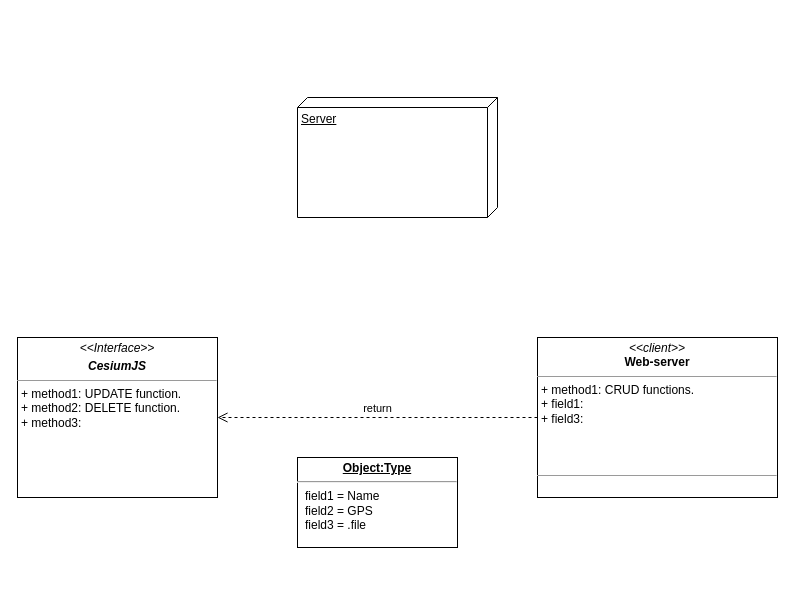
Above: Untitled Diagram.drawio in tutncrusoe/cesium-nodejs (draw.io), before the change. Source tidied: cells renumbered, new cells numbered last; positions are measured from the earlier drawing's top-left corner, leaving out a move shared by most shapes. Both pictures are drawn from the tidied source at 100%, with x=0, y=0 at pixel (17, 97).
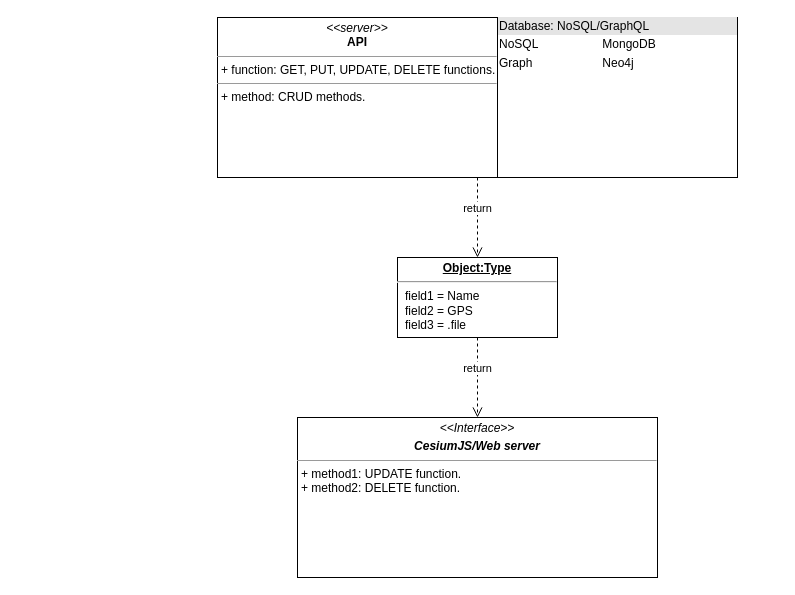
The same page after the edit.

What changed in the source:
```diff
@@
 <mxGraphModel>
   <root>
     <mxCell id="0" />
     <mxCell id="1" parent="0" />
-    <mxCell id="2" value="Server" style="verticalAlign=top;align=left;spacingTop=8;spacingLeft=2;spacingRight=12;shape=cube;size=10;direction=south;fontStyle=4;html=1;" parent="1" vertex="1">
-      <mxGeometry x="280" width="200" height="120" as="geometry" />
-    </mxCell>
-    <mxCell id="3" value="&lt;p style=&quot;margin:0px;margin-top:4px;text-align:center;&quot;&gt;&lt;i&gt;&amp;lt;&amp;lt;client&amp;gt;&amp;gt;&lt;/i&gt;&lt;br&gt;&lt;b&gt;Web-server&lt;/b&gt;&lt;/p&gt;&lt;hr size=&quot;1&quot;&gt;&lt;p style=&quot;margin:0px;margin-left:4px;&quot;&gt;+ method1: CRUD functions.&lt;br&gt;+ field1:&amp;nbsp;&lt;/p&gt;&lt;p style=&quot;margin:0px;margin-left:4px;&quot;&gt;+ field3:&lt;/p&gt;&lt;p style=&quot;margin:0px;margin-left:4px;&quot;&gt;&lt;br&gt;&lt;/p&gt;&lt;p style=&quot;margin:0px;margin-left:4px;&quot;&gt;&lt;br&gt;&lt;/p&gt;&lt;p style=&quot;margin:0px;margin-left:4px;&quot;&gt;&lt;br&gt;&lt;/p&gt;&lt;hr size=&quot;1&quot;&gt;&lt;p style=&quot;margin:0px;margin-left:4px;&quot;&gt;&lt;br&gt;&lt;/p&gt;" style="verticalAlign=top;align=left;overflow=fill;fontSize=12;fontFamily=Helvetica;html=1;" parent="1" vertex="1">
-      <mxGeometry x="520" y="240" width="240" height="160" as="geometry" />
-    </mxCell>
-    <mxCell id="4" value="return" style="html=1;verticalAlign=bottom;endArrow=open;dashed=1;endSize=8;rounded=0;exitX=0;exitY=0.5;exitDx=0;exitDy=0;entryX=1;entryY=0.5;entryDx=0;entryDy=0;" parent="1" edge="1" source="3" target="5">
-      <mxGeometry relative="1" as="geometry" />
-    </mxCell>
-    <mxCell id="5" value="&lt;p style=&quot;margin:0px;margin-top:4px;text-align:center;&quot;&gt;&lt;i&gt;&amp;lt;&amp;lt;Interface&amp;gt;&amp;gt;&lt;/i&gt;&lt;br&gt;&lt;/p&gt;&lt;p style=&quot;margin:0px;margin-top:4px;text-align:center;&quot;&gt;&lt;i&gt;&lt;b&gt;CesiumJS&lt;/b&gt;&lt;/i&gt;&lt;/p&gt;&lt;hr size=&quot;1&quot;&gt;&lt;p style=&quot;margin:0px;margin-left:4px;&quot;&gt;+ method1: UPDATE function.&lt;br&gt;+ method2: DELETE function.&lt;/p&gt;&lt;p style=&quot;margin:0px;margin-left:4px;&quot;&gt;+ method3:&amp;nbsp;&lt;/p&gt;" style="verticalAlign=top;align=left;overflow=fill;fontSize=12;fontFamily=Helvetica;html=1;" parent="1" vertex="1">
-      <mxGeometry y="240" width="200" height="160" as="geometry" />
+    <mxCell id="5" value="&lt;p style=&quot;margin:0px;margin-top:4px;text-align:center;&quot;&gt;&lt;i&gt;&amp;lt;&amp;lt;Interface&amp;gt;&amp;gt;&lt;/i&gt;&lt;br&gt;&lt;/p&gt;&lt;p style=&quot;margin:0px;margin-top:4px;text-align:center;&quot;&gt;&lt;i&gt;&lt;b&gt;CesiumJS/Web server&lt;/b&gt;&lt;/i&gt;&lt;/p&gt;&lt;hr size=&quot;1&quot;&gt;&lt;p style=&quot;margin:0px;margin-left:4px;&quot;&gt;+ method1: UPDATE function.&lt;br&gt;+ method2: DELETE function.&lt;/p&gt;" style="verticalAlign=top;align=left;overflow=fill;fontSize=12;fontFamily=Helvetica;html=1;" parent="1" vertex="1">
+      <mxGeometry x="280" y="320" width="360" height="160" as="geometry" />
     </mxCell>
     <mxCell id="6" value="&lt;p style=&quot;margin:0px;margin-top:4px;text-align:center;text-decoration:underline;&quot;&gt;&lt;b&gt;Object:Type&lt;/b&gt;&lt;/p&gt;&lt;hr&gt;&lt;p style=&quot;margin:0px;margin-left:8px;&quot;&gt;field1 = Name&lt;br&gt;field2 = GPS&lt;br&gt;field3 = .file&lt;/p&gt;" style="verticalAlign=top;align=left;overflow=fill;fontSize=12;fontFamily=Helvetica;html=1;" parent="1" vertex="1">
-      <mxGeometry x="280" y="360" width="160" height="90" as="geometry" />
+      <mxGeometry x="380" y="160" width="160" height="80" as="geometry" />
     </mxCell>
+    <mxCell id="7" value="&lt;div style=&quot;box-sizing:border-box;width:100%;background:#e4e4e4;padding:2px;&quot;&gt;Database: NoSQL/GraphQL&lt;/div&gt;&lt;table style=&quot;width:100%;font-size:1em;&quot; cellpadding=&quot;2&quot; cellspacing=&quot;0&quot;&gt;&lt;tbody&gt;&lt;tr&gt;&lt;td&gt;NoSQL&lt;/td&gt;&lt;td&gt;MongoDB&lt;/td&gt;&lt;/tr&gt;&lt;tr&gt;&lt;td&gt;Graph&lt;/td&gt;&lt;td&gt;Neo4j&lt;/td&gt;&lt;/tr&gt;&lt;/tbody&gt;&lt;/table&gt;" style="verticalAlign=top;align=left;overflow=fill;html=1;" parent="1" vertex="1">
+      <mxGeometry x="480" y="-80" width="240" height="160" as="geometry" />
+    </mxCell>
+    <mxCell id="8" value="&lt;p style=&quot;margin:0px;margin-top:4px;text-align:center;&quot;&gt;&lt;i&gt;&amp;lt;&amp;lt;server&amp;gt;&amp;gt;&lt;/i&gt;&lt;br&gt;&lt;b&gt;API&lt;/b&gt;&lt;/p&gt;&lt;hr size=&quot;1&quot;&gt;&lt;p style=&quot;margin:0px;margin-left:4px;&quot;&gt;+ function: GET, PUT, UPDATE, DELETE functions.&lt;br&gt;&lt;/p&gt;&lt;hr size=&quot;1&quot;&gt;&lt;p style=&quot;margin:0px;margin-left:4px;&quot;&gt;+ method: CRUD methods.&lt;/p&gt;&lt;p style=&quot;margin:0px;margin-left:4px;&quot;&gt;&lt;br&gt;&lt;/p&gt;" style="verticalAlign=top;align=left;overflow=fill;fontSize=12;fontFamily=Helvetica;html=1;" parent="1" vertex="1">
+      <mxGeometry x="200" y="-80" width="280" height="160" as="geometry" />
+    </mxCell>
+    <mxCell id="9" value="return" style="html=1;verticalAlign=bottom;endArrow=open;dashed=1;endSize=8;rounded=0;entryX=0.5;entryY=0;entryDx=0;entryDy=0;" parent="1" edge="1" target="6">
+      <mxGeometry relative="1" as="geometry">
+        <mxPoint x="460" y="80" as="sourcePoint" />
+      </mxGeometry>
+    </mxCell>
+    <mxCell id="10" value="return" style="html=1;verticalAlign=bottom;endArrow=open;dashed=1;endSize=8;rounded=0;exitX=0.5;exitY=1;exitDx=0;exitDy=0;entryX=0.5;entryY=0;entryDx=0;entryDy=0;" parent="1" edge="1" source="6" target="5">
+      <mxGeometry relative="1" as="geometry" />
+    </mxCell>
   </root>
 </mxGraphModel>
```
